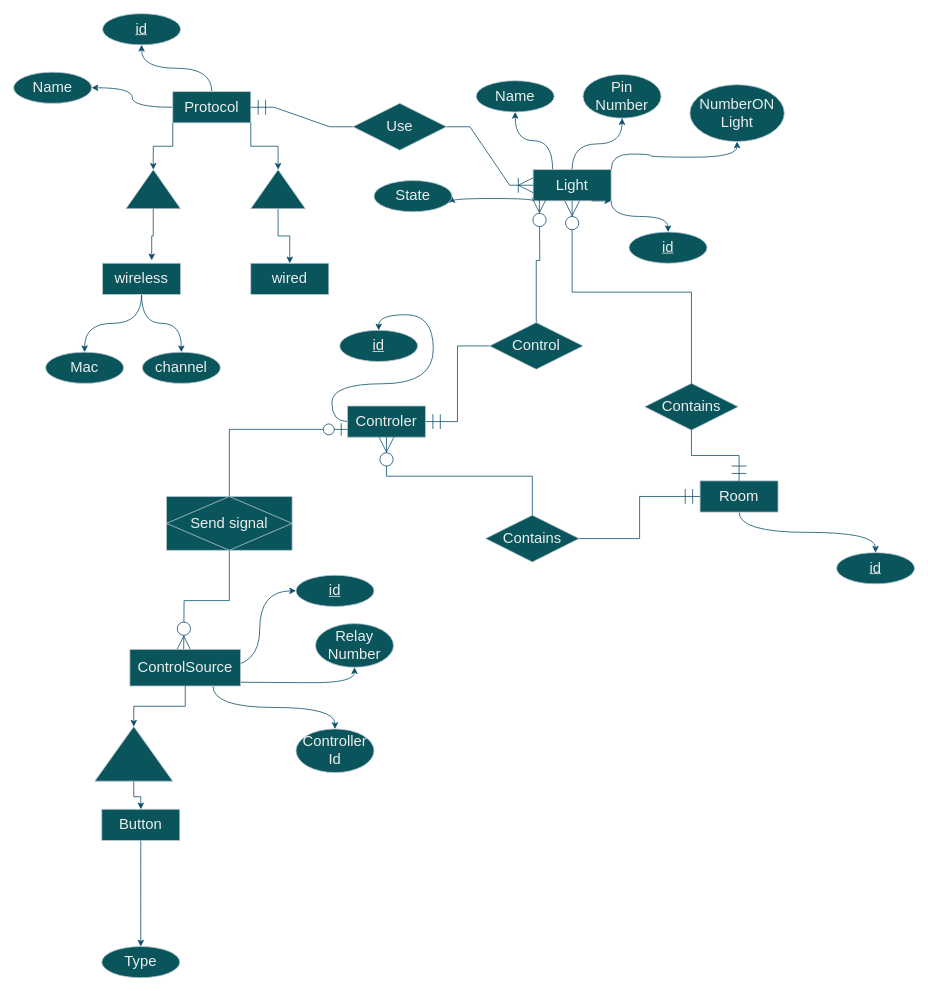
Earlier version of the draw.io diagram ERD.drawio (alialksm2006-dotcom/LightAutomation). Source tidied: cells renumbered, new cells numbered last; positions are measured from the earlier drawing's top-left corner, leaving out a move shared by most shapes. Both pictures are drawn from the tidied source at 78%, with x=0, y=0 at pixel (13, 13).
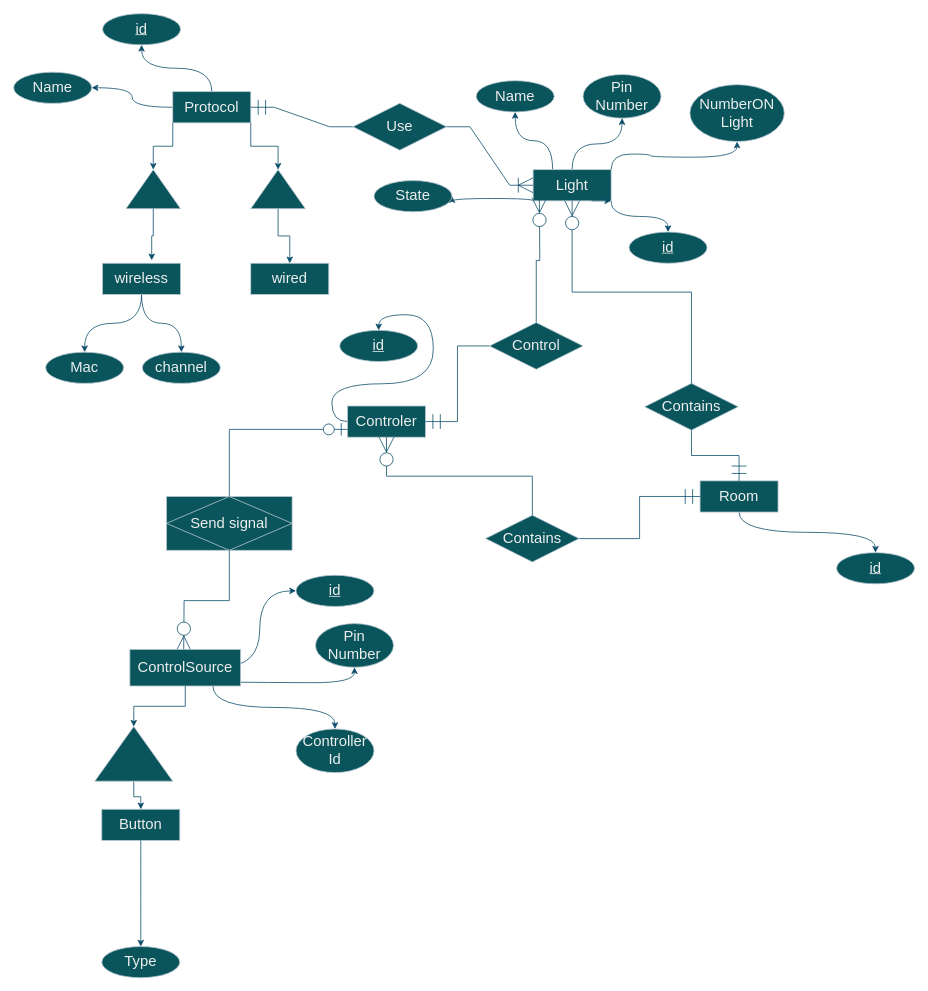
The same diagram, later.

Change to the diagram source:
```diff
@@
-    <mxCell id="44" value="Relay&lt;br&gt;Number" style="ellipse;whiteSpace=wrap;html=1;align=center;fontSize=19;labelBackgroundColor=none;fillColor=#09555B;strokeColor=#BAC8D3;fontColor=#EEEEEE;" parent="1" vertex="1">
+    <mxCell id="44" value="Pin Number" style="ellipse;whiteSpace=wrap;html=1;align=center;fontSize=19;labelBackgroundColor=none;fillColor=#09555B;strokeColor=#BAC8D3;fontColor=#EEEEEE;" parent="1" vertex="1">
       <mxGeometry x="387" y="782" width="100" height="56" as="geometry" />
     </mxCell>
```
